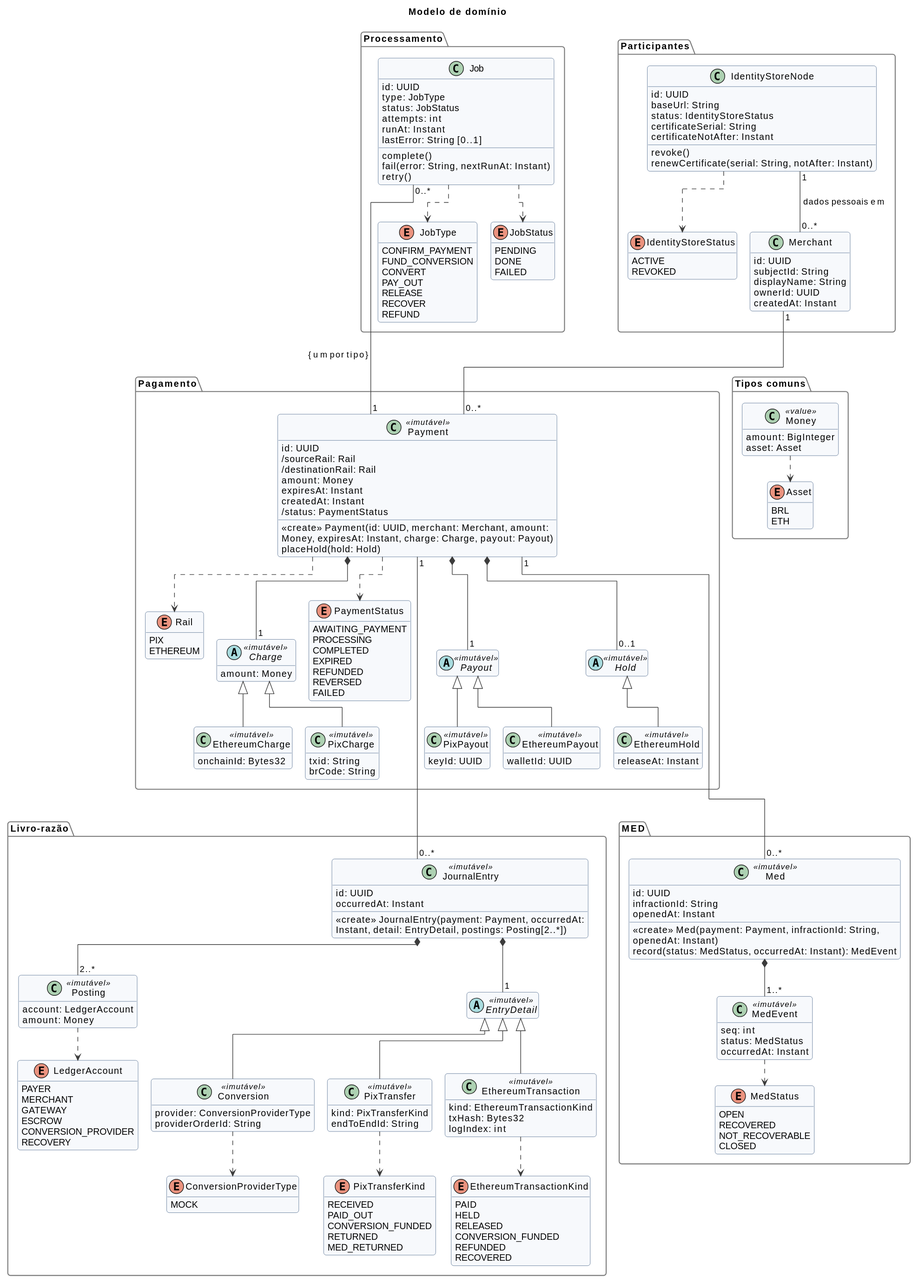
BrunoViotto18/Pixeth keeps this PlantUML diagram as docs/diagrams/svg/dominio/classes-dominio.svg. Above is the earlier version.
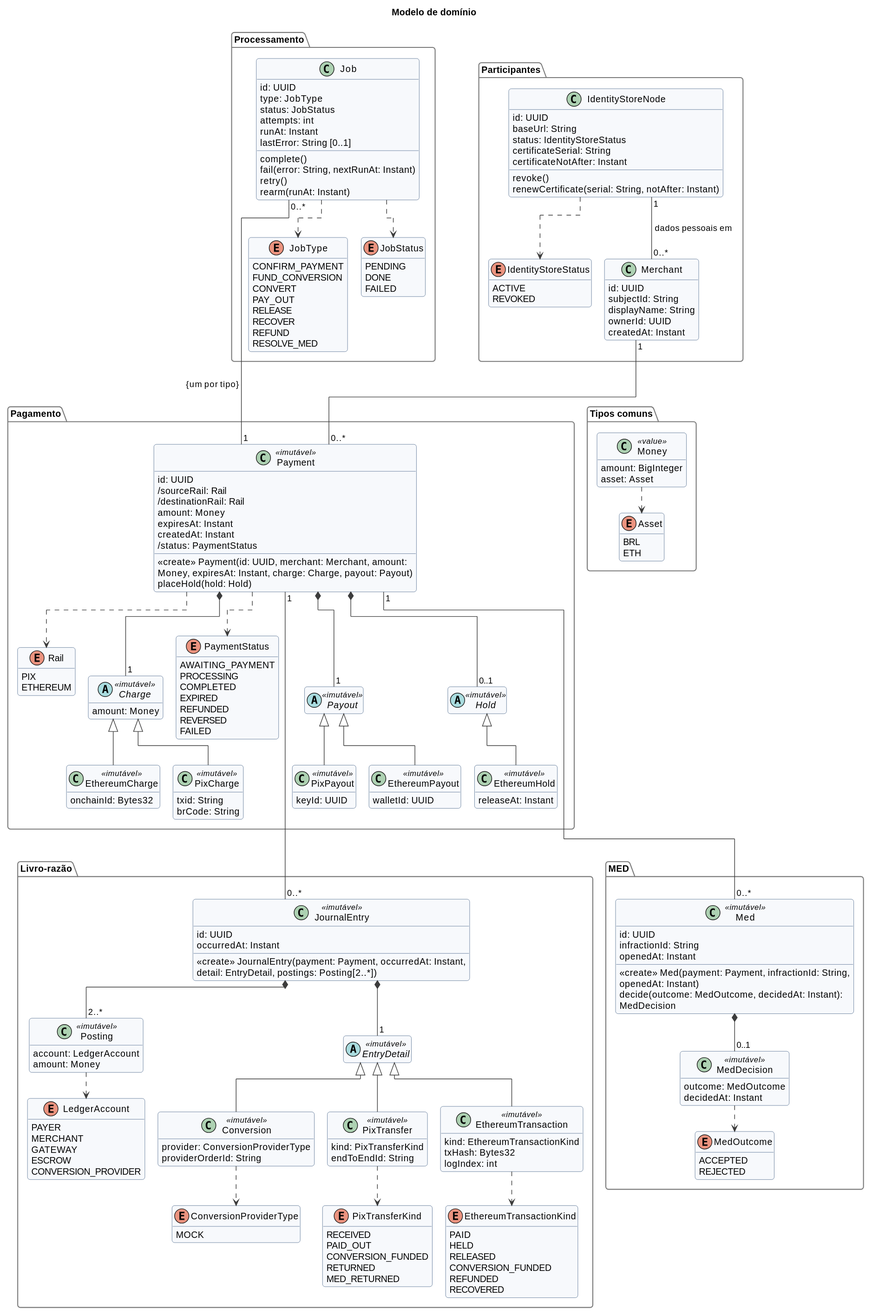
After the commit.

The edit, as a diff of the source:
```diff
@@ -44,6 +44,7 @@
     complete()
     fail(error: String, nextRunAt: Instant)
     retry()
+    rearm(runAt: Instant)
   }
 
   enum JobType {
@@ -54,6 +55,7 @@
     RELEASE
     RECOVER
     REFUND
+    RESOLVE_MED
   }
 
   enum JobStatus {
@@ -134,7 +136,6 @@
     GATEWAY
     ESCROW
     CONVERSION_PROVIDER
-    RECOVERY
   }
 
   abstract class EntryDetail <<imutável>>
@@ -183,20 +184,17 @@
     infractionId: String
     openedAt: Instant
     «create» Med(payment: Payment, infractionId: String, openedAt: Instant)
-    record(status: MedStatus, occurredAt: Instant): MedEvent
+    decide(outcome: MedOutcome, decidedAt: Instant): MedDecision
   }
 
-  class MedEvent <<imutável>> {
-    seq: int
-    status: MedStatus
-    occurredAt: Instant
+  class MedDecision <<imutável>> {
+    outcome: MedOutcome
+    decidedAt: Instant
   }
 
-  enum MedStatus {
-    OPEN
-    RECOVERED
-    NOT_RECOVERABLE
-    CLOSED
+  enum MedOutcome {
+    ACCEPTED
+    REJECTED
   }
 }
 
@@ -223,7 +221,7 @@
 Payment *-- "0..1" Hold
 JournalEntry *-- "2..*" Posting
 JournalEntry *-- "1" EntryDetail
-Med *-- "1..*" MedEvent
+Med *-- "0..1" MedDecision
 
 Charge <|-- PixCharge
 Charge <|-- EthereumCharge
@@ -244,7 +242,7 @@
 PixTransfer ..> PixTransferKind
 EthereumTransaction ..> EthereumTransactionKind
 Conversion ..> ConversionProviderType
-MedEvent ..> MedStatus
+MedDecision ..> MedOutcome
 Money ..> Asset
 
 Merchant -[hidden]- Money
```
